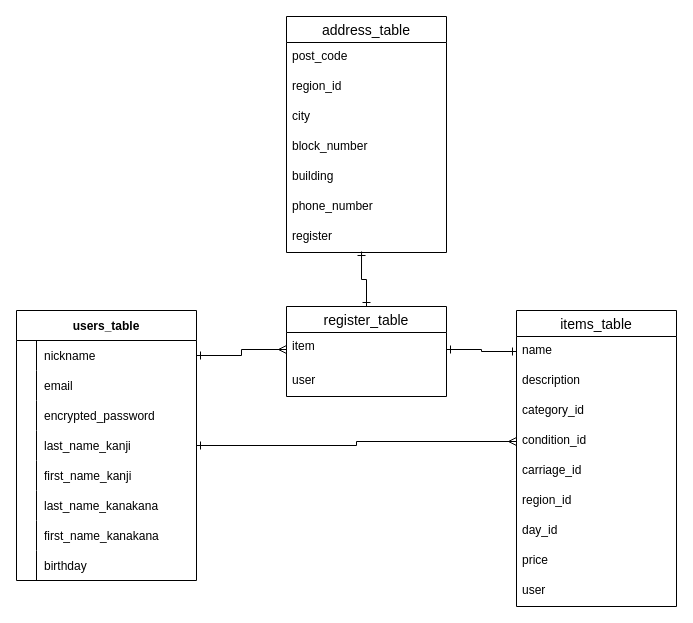
This is ER.dio from marchuta/furima-36131, a draw.io file, before an edit. Source tidied: cells renumbered, new cells numbered last; positions are measured from the earlier drawing's top-left corner, leaving out a move shared by most shapes. Both pictures are drawn from the tidied source at 100%, with x=0, y=0 at pixel (16, 16).
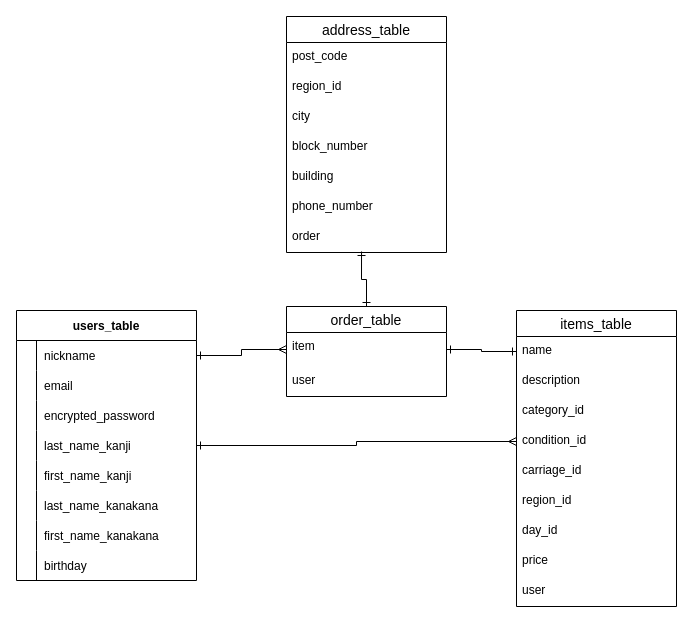
Above is the later version.

The change refers to these unchanged cells:
```xml
<mxCell id="41" value="address_table" style="swimlane;fontStyle=0;horizontal=1;startSize=26;align=center;fontSize=14;" parent="1" vertex="1">
  <mxGeometry x="270" width="160" height="236" as="geometry" />
</mxCell>
```

What changed in the source:
```diff
@@
-    <mxCell id="38" value="register_table" style="swimlane;fontStyle=0;horizontal=1;startSize=26;align=center;fontSize=14;" parent="1" vertex="1">
+    <mxCell id="38" value="order_table" style="swimlane;fontStyle=0;horizontal=1;startSize=26;align=center;fontSize=14;" parent="1" vertex="1">
       <mxGeometry x="270" y="290" width="160" height="90" as="geometry" />
     </mxCell>
@@
-    <mxCell id="48" value="register" style="text;strokeColor=none;fillColor=none;spacingLeft=4;spacingRight=4;overflow=hidden;points=[[0,0.5],[1,0.5]];portConstraint=eastwest;fontSize=12;" parent="41" vertex="1">
+    <mxCell id="48" value="order" style="text;strokeColor=none;fillColor=none;spacingLeft=4;spacingRight=4;overflow=hidden;points=[[0,0.5],[1,0.5]];portConstraint=eastwest;fontSize=12;" parent="41" vertex="1">
       <mxGeometry y="206" width="160" height="30" as="geometry" />
     </mxCell>
```
